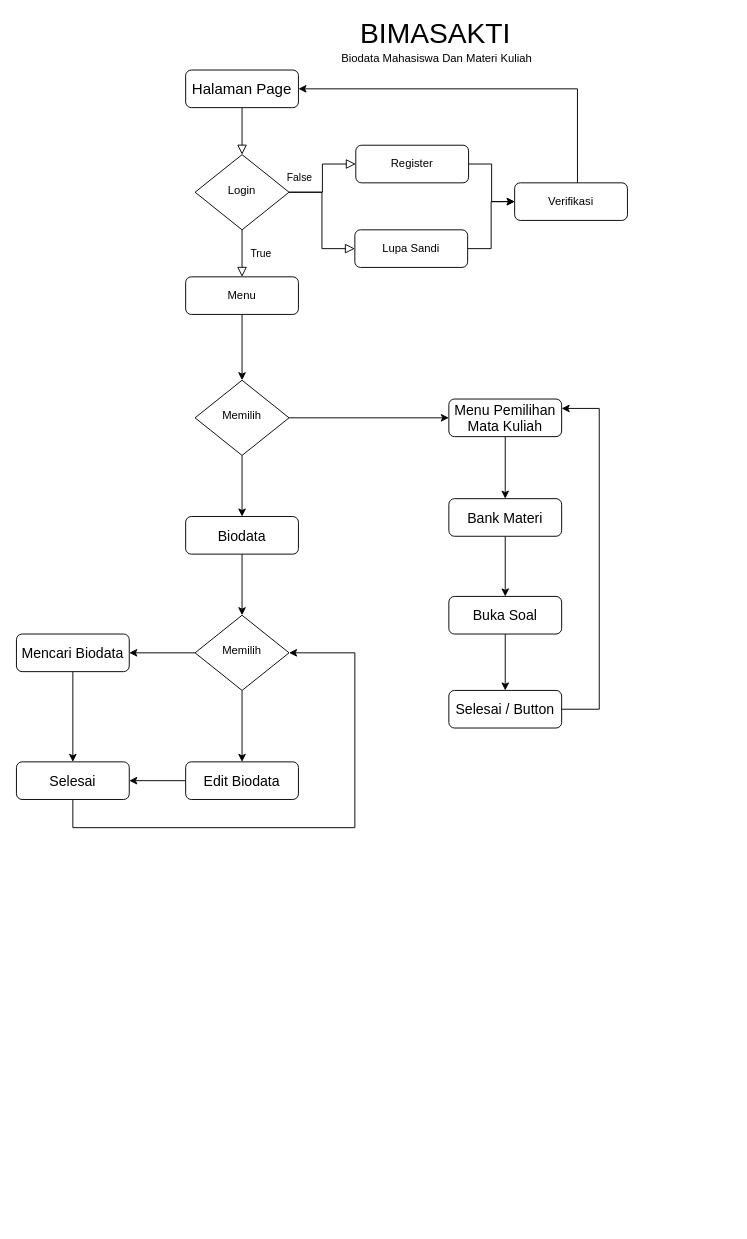
The draw.io diagram Bimasakti Flowchart.drawio in fzlfade/Project-BIMASAKTI, before the edit. Source tidied: cells renumbered, new cells numbered last; positions are measured from the earlier drawing's top-left corner, leaving out a move shared by most shapes. Both pictures are drawn from the tidied source at 94%, with x=0, y=0 at pixel (16, 19).
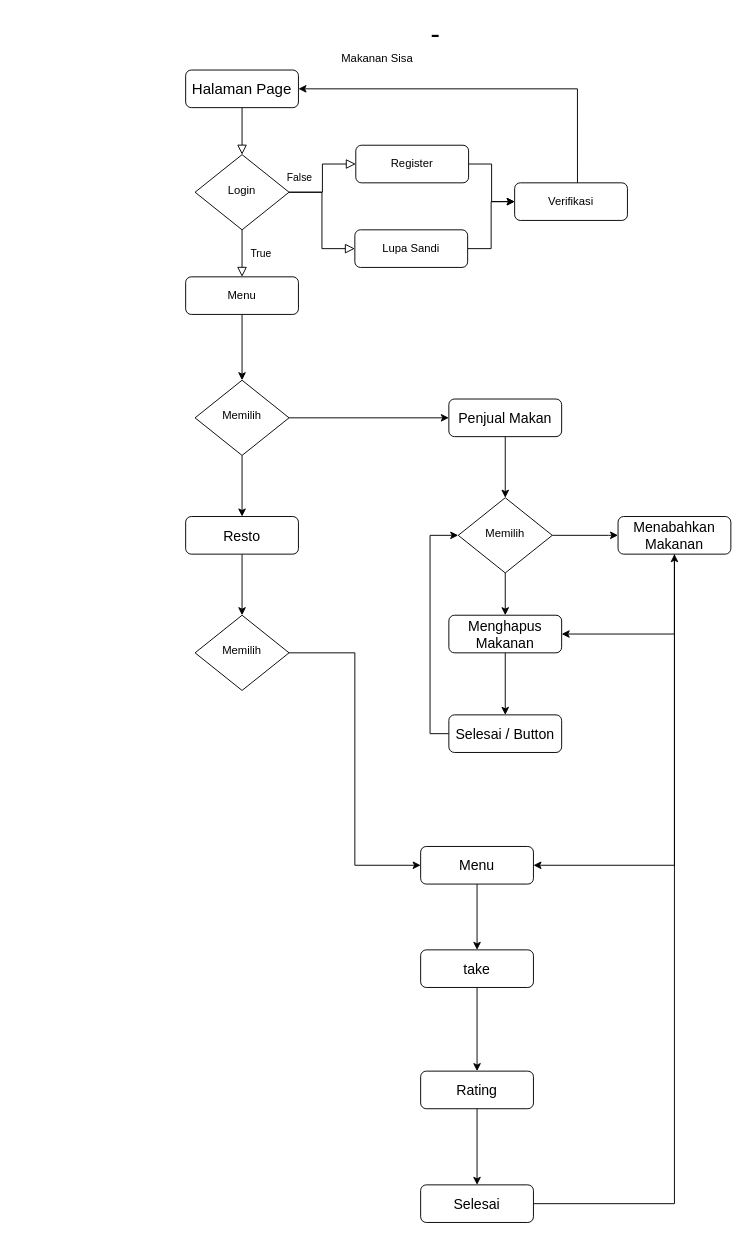
The same diagram, later.

The change refers to these unchanged cells:
```xml
<mxCell id="32" value="Memilih" style="rhombus;whiteSpace=wrap;html=1;shadow=0;fontFamily=Helvetica;fontSize=12;align=center;strokeWidth=1;spacing=6;spacingTop=-4;" parent="1" vertex="1">
  <mxGeometry x="190" y="634" width="100" height="80" as="geometry" />
</mxCell>
```

The edit, as a diff of the source:
```diff
@@
-    <mxCell id="11" value="&lt;font style=&quot;font-size: 30px;&quot;&gt;BIMASAKTI&lt;/font&gt;" style="text;html=1;align=center;verticalAlign=middle;whiteSpace=wrap;rounded=0;" parent="1" vertex="1">
+    <mxCell id="11" value="&lt;font style=&quot;font-size: 30px;&quot;&gt;-&lt;/font&gt;" style="text;html=1;align=center;verticalAlign=middle;whiteSpace=wrap;rounded=0;" parent="1" vertex="1">
       <mxGeometry x="361" width="170" height="30" as="geometry" />
     </mxCell>
-    <mxCell id="12" value="Biodata Mahasiswa Dan Materi Kuliah" style="text;align=left;verticalAlign=top;spacingLeft=4;spacingRight=4;overflow=hidden;" parent="1" vertex="1">
+    <mxCell id="12" value="Makanan Sisa" style="text;align=left;verticalAlign=top;spacingLeft=4;spacingRight=4;overflow=hidden;" parent="1" vertex="1">
       <mxGeometry x="340" y="28" width="214" height="26" as="geometry" />
     </mxCell>
@@
-    <mxCell id="22" style="edgeStyle=orthogonalEdgeStyle;rounded=0;jettySize=auto;html=1;entryX=0.5;entryY=0;entryDx=0;entryDy=0;" parent="1" edge="1" source="23" target="29">
-      <mxGeometry relative="1" as="geometry" />
-    </mxCell>
+    <mxCell id="41" style="edgeStyle=orthogonalEdgeStyle;rounded=0;jettySize=auto;html=1;" parent="1" edge="1" source="23" target="47">
+      <mxGeometry relative="1" as="geometry" />
+    </mxCell>
-    <mxCell id="23" value="&lt;font style=&quot;font-size: 15px;&quot;&gt;Menu Pemilihan Mata Kuliah&lt;/font&gt;" style="rounded=1;whiteSpace=wrap;html=1;fontSize=12;glass=0;strokeWidth=1;shadow=0;" parent="1" vertex="1">
+    <mxCell id="23" value="&lt;font style=&quot;font-size: 15px;&quot;&gt;Penjual Makan&lt;/font&gt;" style="rounded=1;whiteSpace=wrap;html=1;fontSize=12;glass=0;strokeWidth=1;shadow=0;" parent="1" vertex="1">
       <mxGeometry x="460" y="404" width="120" height="40" as="geometry" />
     </mxCell>
@@
-    <mxCell id="25" value="&lt;span style=&quot;font-size: 15px;&quot;&gt;Biodata&lt;/span&gt;" style="rounded=1;whiteSpace=wrap;html=1;fontSize=12;glass=0;strokeWidth=1;shadow=0;" parent="1" vertex="1">
+    <mxCell id="25" value="&lt;span style=&quot;font-size: 15px;&quot;&gt;Resto&lt;/span&gt;" style="rounded=1;whiteSpace=wrap;html=1;fontSize=12;glass=0;strokeWidth=1;shadow=0;" parent="1" vertex="1">
       <mxGeometry x="180" y="529" width="120" height="40" as="geometry" />
     </mxCell>
-    <mxCell id="26" style="edgeStyle=orthogonalEdgeStyle;rounded=0;jettySize=auto;html=1;entryX=0.5;entryY=0;entryDx=0;entryDy=0;" parent="1" edge="1" source="27" target="38">
+    <mxCell id="26" style="edgeStyle=orthogonalEdgeStyle;rounded=0;jettySize=auto;html=1;" parent="1" edge="1" source="27" target="38">
       <mxGeometry relative="1" as="geometry" />
     </mxCell>
-    <mxCell id="27" value="&lt;font style=&quot;font-size: 15px;&quot;&gt;Buka Soal&lt;/font&gt;" style="rounded=1;whiteSpace=wrap;html=1;fontSize=12;glass=0;strokeWidth=1;shadow=0;" parent="1" vertex="1">
-      <mxGeometry x="460" y="614" width="120" height="40" as="geometry" />
+    <mxCell id="27" value="&lt;font style=&quot;font-size: 15px;&quot;&gt;Menghapus Makanan&lt;/font&gt;" style="rounded=1;whiteSpace=wrap;html=1;fontSize=12;glass=0;strokeWidth=1;shadow=0;" parent="1" vertex="1">
+      <mxGeometry x="460" y="634" width="120" height="40" as="geometry" />
     </mxCell>
-    <mxCell id="28" style="edgeStyle=orthogonalEdgeStyle;rounded=0;jettySize=auto;html=1;" parent="1" edge="1" source="29" target="27">
-      <mxGeometry relative="1" as="geometry" />
+    <mxCell id="28" style="edgeStyle=orthogonalEdgeStyle;rounded=0;jettySize=auto;html=1;entryX=1;entryY=0.5;entryDx=0;entryDy=0;" parent="1" edge="1" source="29" target="27">
+      <mxGeometry relative="1" as="geometry">
+        <Array as="points">
+          <mxPoint x="700" y="654" />
+        </Array>
+      </mxGeometry>
     </mxCell>
+    <mxCell id="42" style="edgeStyle=orthogonalEdgeStyle;rounded=0;jettySize=auto;html=1;entryX=1;entryY=0.5;entryDx=0;entryDy=0;" parent="1" edge="1" source="29" target="49">
+      <mxGeometry relative="1" as="geometry">
+        <Array as="points">
+          <mxPoint x="700" y="900" />
+        </Array>
+      </mxGeometry>
+    </mxCell>
-    <mxCell id="29" value="&lt;font style=&quot;font-size: 15px;&quot;&gt;Bank Materi&lt;/font&gt;" style="rounded=1;whiteSpace=wrap;html=1;fontSize=12;glass=0;strokeWidth=1;shadow=0;" parent="1" vertex="1">
-      <mxGeometry x="460" y="510" width="120" height="40" as="geometry" />
+    <mxCell id="29" value="&lt;font style=&quot;font-size: 15px;&quot;&gt;Menabahkan Makanan&lt;/font&gt;" style="rounded=1;whiteSpace=wrap;html=1;fontSize=12;glass=0;strokeWidth=1;shadow=0;" parent="1" vertex="1">
+      <mxGeometry x="640" y="529" width="120" height="40" as="geometry" />
     </mxCell>
-    <mxCell id="30" style="edgeStyle=orthogonalEdgeStyle;rounded=0;jettySize=auto;html=1;entryX=1;entryY=0.5;entryDx=0;entryDy=0;" parent="1" edge="1" source="32" target="36">
-      <mxGeometry relative="1" as="geometry" />
-    </mxCell>
-    <mxCell id="31" style="edgeStyle=orthogonalEdgeStyle;rounded=0;jettySize=auto;html=1;" parent="1" edge="1" source="32" target="34">
-      <mxGeometry relative="1" as="geometry" />
-    </mxCell>
+    <mxCell id="43" style="edgeStyle=orthogonalEdgeStyle;rounded=0;jettySize=auto;html=1;entryX=0;entryY=0.5;entryDx=0;entryDy=0;" parent="1" edge="1" source="32" target="49">
+      <mxGeometry relative="1" as="geometry" />
+    </mxCell>
@@
-    <mxCell id="33" style="edgeStyle=orthogonalEdgeStyle;rounded=0;jettySize=auto;html=1;entryX=1;entryY=0.5;entryDx=0;entryDy=0;" parent="1" edge="1" source="34" target="40">
-      <mxGeometry relative="1" as="geometry" />
-    </mxCell>
-    <mxCell id="34" value="&lt;font style=&quot;font-size: 15px;&quot;&gt;Edit Biodata&lt;/font&gt;" style="rounded=1;whiteSpace=wrap;html=1;fontSize=12;glass=0;strokeWidth=1;shadow=0;" parent="1" vertex="1">
-      <mxGeometry x="180" y="790" width="120" height="40" as="geometry" />
-    </mxCell>
-    <mxCell id="35" style="edgeStyle=orthogonalEdgeStyle;rounded=0;jettySize=auto;html=1;" parent="1" edge="1" source="36" target="40">
-      <mxGeometry relative="1" as="geometry" />
-    </mxCell>
-    <mxCell id="36" value="&lt;font style=&quot;font-size: 15px;&quot;&gt;Mencari Biodata&lt;/font&gt;" style="rounded=1;whiteSpace=wrap;html=1;fontSize=12;glass=0;strokeWidth=1;shadow=0;" parent="1" vertex="1">
-      <mxGeometry y="654" width="120" height="40" as="geometry" />
-    </mxCell>
-    <mxCell id="37" style="edgeStyle=orthogonalEdgeStyle;rounded=0;jettySize=auto;html=1;entryX=1;entryY=0.25;entryDx=0;entryDy=0;" parent="1" edge="1" source="38" target="23">
-      <mxGeometry relative="1" as="geometry">
-        <Array as="points">
-          <mxPoint x="620" y="734" />
-          <mxPoint x="620" y="414" />
-        </Array>
-      </mxGeometry>
-    </mxCell>
+    <mxCell id="44" style="edgeStyle=orthogonalEdgeStyle;rounded=0;jettySize=auto;html=1;entryX=0;entryY=0.5;entryDx=0;entryDy=0;" parent="1" edge="1" source="38" target="47">
+      <mxGeometry relative="1" as="geometry">
+        <Array as="points">
+          <mxPoint x="440" y="760" />
+          <mxPoint x="440" y="549" />
+        </Array>
+      </mxGeometry>
+    </mxCell>
     <mxCell id="38" value="&lt;font style=&quot;font-size: 15px;&quot;&gt;Selesai / Button&lt;/font&gt;" style="rounded=1;whiteSpace=wrap;html=1;fontSize=12;glass=0;strokeWidth=1;shadow=0;" parent="1" vertex="1">
-      <mxGeometry x="460" y="714" width="120" height="40" as="geometry" />
+      <mxGeometry x="460" y="740" width="120" height="40" as="geometry" />
     </mxCell>
-    <mxCell id="39" style="edgeStyle=orthogonalEdgeStyle;rounded=0;jettySize=auto;html=1;entryX=1;entryY=0.5;entryDx=0;entryDy=0;" parent="1" edge="1" source="40" target="32">
-      <mxGeometry relative="1" as="geometry">
-        <Array as="points">
-          <mxPoint x="60" y="860" />
-          <mxPoint x="360" y="860" />
-          <mxPoint x="360" y="674" />
-        </Array>
-      </mxGeometry>
-    </mxCell>
+    <mxCell id="45" style="edgeStyle=orthogonalEdgeStyle;rounded=0;jettySize=auto;html=1;entryX=0;entryY=0.5;entryDx=0;entryDy=0;" parent="1" edge="1" source="47" target="29">
+      <mxGeometry relative="1" as="geometry">
+        <Array as="points">
+          <mxPoint x="630" y="549" />
+          <mxPoint x="630" y="549" />
+        </Array>
+      </mxGeometry>
+    </mxCell>
+    <mxCell id="46" style="edgeStyle=orthogonalEdgeStyle;rounded=0;jettySize=auto;html=1;entryX=0.5;entryY=0;entryDx=0;entryDy=0;" parent="1" edge="1" source="47" target="27">
+      <mxGeometry relative="1" as="geometry" />
+    </mxCell>
+    <mxCell id="47" value="Memilih" style="rhombus;whiteSpace=wrap;html=1;shadow=0;fontFamily=Helvetica;fontSize=12;align=center;strokeWidth=1;spacing=6;spacingTop=-4;" parent="1" vertex="1">
+      <mxGeometry x="470" y="509" width="100" height="80" as="geometry" />
+    </mxCell>
+    <mxCell id="48" style="edgeStyle=orthogonalEdgeStyle;rounded=0;jettySize=auto;html=1;" parent="1" edge="1" source="49" target="51">
+      <mxGeometry relative="1" as="geometry" />
+    </mxCell>
+    <mxCell id="49" value="&lt;font style=&quot;font-size: 15px;&quot;&gt;Menu&lt;/font&gt;" style="rounded=1;whiteSpace=wrap;html=1;fontSize=12;glass=0;strokeWidth=1;shadow=0;" parent="1" vertex="1">
+      <mxGeometry x="430" y="880" width="120" height="40" as="geometry" />
+    </mxCell>
+    <mxCell id="50" style="edgeStyle=orthogonalEdgeStyle;rounded=0;jettySize=auto;html=1;entryX=0.5;entryY=0;entryDx=0;entryDy=0;" parent="1" edge="1" source="51" target="53">
+      <mxGeometry relative="1" as="geometry" />
+    </mxCell>
+    <mxCell id="51" value="&lt;span style=&quot;font-size: 15px;&quot;&gt;take&lt;/span&gt;" style="rounded=1;whiteSpace=wrap;html=1;fontSize=12;glass=0;strokeWidth=1;shadow=0;" parent="1" vertex="1">
+      <mxGeometry x="430" y="990" width="120" height="40" as="geometry" />
+    </mxCell>
+    <mxCell id="52" style="edgeStyle=orthogonalEdgeStyle;rounded=0;jettySize=auto;html=1;" parent="1" edge="1" source="53" target="40">
+      <mxGeometry relative="1" as="geometry" />
+    </mxCell>
+    <mxCell id="53" value="&lt;font style=&quot;font-size: 15px;&quot;&gt;Rating&lt;/font&gt;" style="rounded=1;whiteSpace=wrap;html=1;fontSize=12;glass=0;strokeWidth=1;shadow=0;" parent="1" vertex="1">
+      <mxGeometry x="430" y="1119" width="120" height="40" as="geometry" />
+    </mxCell>
+    <mxCell id="54" style="edgeStyle=orthogonalEdgeStyle;rounded=0;jettySize=auto;html=1;" parent="1" edge="1" source="40" target="29">
+      <mxGeometry relative="1" as="geometry" />
+    </mxCell>
-    <mxCell id="40" value="&lt;font style=&quot;font-size: 15px;&quot;&gt;Selesai&lt;/font&gt;" style="rounded=1;whiteSpace=wrap;html=1;fontSize=12;glass=0;strokeWidth=1;shadow=0;" parent="1" vertex="1">
-      <mxGeometry y="790" width="120" height="40" as="geometry" />
+    <mxCell id="40" value="&lt;span style=&quot;font-size: 15px;&quot;&gt;Selesai&lt;/span&gt;" style="rounded=1;whiteSpace=wrap;html=1;fontSize=12;glass=0;strokeWidth=1;shadow=0;" parent="1" vertex="1">
+      <mxGeometry x="430" y="1240" width="120" height="40" as="geometry" />
     </mxCell>
```
